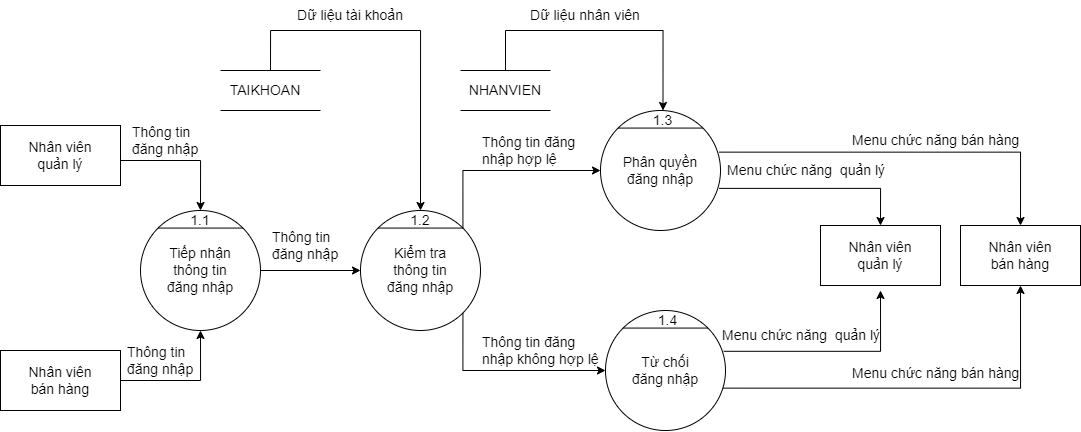
hungtadasuke/CoffeShop_SoftwareTechnology keeps this draw.io diagram as BFD&DFD/BFD&DFD mức 0, 1, 2, 3/DFD_1_SignIn_Version_Final.png. Above is the earlier version. Source tidied: cells renumbered, new cells last; positions are measured from the earlier drawing's top-left corner, leaving out a move shared by most shapes. Its diagram source:
```xml
<mxGraphModel>
  <root>
    <mxCell id="0" />
    <mxCell id="1" parent="0" />
    <mxCell id="2" style="ellipse;whiteSpace=wrap;html=1;" parent="1" vertex="1">
      <mxGeometry x="140" y="210" width="120" height="120" as="geometry" />
    </mxCell>
    <mxCell id="3" style="endArrow=none;html=1;rounded=0;exitX=0;exitY=0;exitDx=0;exitDy=0;entryX=1;entryY=0;entryDx=0;entryDy=0;" parent="1" edge="1" source="2" target="2">
      <mxGeometry relative="1" as="geometry" />
    </mxCell>
    <mxCell id="4" value="&lt;font style=&quot;font-size: 14px&quot;&gt;Tiếp nhận thông tin đăng nhập&lt;/font&gt;" style="text;html=1;strokeColor=none;fillColor=none;align=center;verticalAlign=middle;whiteSpace=wrap;rounded=0;" parent="1" vertex="1">
      <mxGeometry x="160" y="255" width="80" height="30" as="geometry" />
    </mxCell>
    <mxCell id="5" value="1.1" style="text;html=1;strokeColor=none;fillColor=none;align=center;verticalAlign=middle;whiteSpace=wrap;rounded=0;fontSize=14;" parent="1" vertex="1">
      <mxGeometry x="185" y="210" width="30" height="20" as="geometry" />
    </mxCell>
    <mxCell id="6" style="rounded=0;whiteSpace=wrap;html=1;" parent="1" vertex="1">
      <mxGeometry y="125" width="120" height="60" as="geometry" />
    </mxCell>
    <mxCell id="7" style="ellipse;whiteSpace=wrap;html=1;" parent="1" vertex="1">
      <mxGeometry x="360" y="210" width="120" height="120" as="geometry" />
    </mxCell>
    <mxCell id="8" style="endArrow=none;html=1;rounded=0;exitX=0;exitY=0;exitDx=0;exitDy=0;entryX=1;entryY=0;entryDx=0;entryDy=0;" parent="1" edge="1" source="7" target="7">
      <mxGeometry relative="1" as="geometry" />
    </mxCell>
    <mxCell id="9" value="&lt;span style=&quot;font-size: 14px&quot;&gt;Kiểm tra thông tin đăng nhập&lt;/span&gt;" style="text;html=1;strokeColor=none;fillColor=none;align=center;verticalAlign=middle;whiteSpace=wrap;rounded=0;" parent="1" vertex="1">
      <mxGeometry x="380" y="255" width="80" height="30" as="geometry" />
    </mxCell>
    <mxCell id="10" value="1.2" style="text;html=1;strokeColor=none;fillColor=none;align=center;verticalAlign=middle;whiteSpace=wrap;rounded=0;fontSize=14;" parent="1" vertex="1">
      <mxGeometry x="405" y="210" width="30" height="20" as="geometry" />
    </mxCell>
    <mxCell id="11" style="ellipse;whiteSpace=wrap;html=1;" parent="1" vertex="1">
      <mxGeometry x="600" y="110" width="120" height="120" as="geometry" />
    </mxCell>
    <mxCell id="12" style="endArrow=none;html=1;rounded=0;exitX=0;exitY=0;exitDx=0;exitDy=0;entryX=1;entryY=0;entryDx=0;entryDy=0;" parent="1" edge="1" source="11" target="11">
      <mxGeometry relative="1" as="geometry" />
    </mxCell>
    <mxCell id="13" value="&lt;span style=&quot;font-size: 14px&quot;&gt;Phân quyền đăng nhập&lt;/span&gt;" style="text;html=1;strokeColor=none;fillColor=none;align=center;verticalAlign=middle;whiteSpace=wrap;rounded=0;" parent="1" vertex="1">
      <mxGeometry x="620" y="155" width="80" height="30" as="geometry" />
    </mxCell>
    <mxCell id="14" value="1.3" style="text;html=1;strokeColor=none;fillColor=none;align=center;verticalAlign=middle;whiteSpace=wrap;rounded=0;fontSize=14;" parent="1" vertex="1">
      <mxGeometry x="645" y="110" width="35" height="20" as="geometry" />
    </mxCell>
    <mxCell id="15" style="rounded=0;whiteSpace=wrap;html=1;" parent="1" vertex="1">
      <mxGeometry y="350" width="120" height="60" as="geometry" />
    </mxCell>
    <mxCell id="16" value="Nhân viên quản lý" style="text;html=1;strokeColor=none;fillColor=none;align=center;verticalAlign=middle;whiteSpace=wrap;rounded=0;fontSize=14;" parent="1" vertex="1">
      <mxGeometry x="15" y="140" width="90" height="30" as="geometry" />
    </mxCell>
    <mxCell id="17" value="Nhân viên bán hàng" style="text;html=1;strokeColor=none;fillColor=none;align=center;verticalAlign=middle;whiteSpace=wrap;rounded=0;fontSize=14;" parent="1" vertex="1">
      <mxGeometry x="15" y="365" width="90" height="30" as="geometry" />
    </mxCell>
    <mxCell id="18" style="rounded=0;whiteSpace=wrap;html=1;" parent="1" vertex="1">
      <mxGeometry x="820" y="225" width="120" height="60" as="geometry" />
    </mxCell>
    <mxCell id="19" value="Nhân viên quản lý" style="text;html=1;strokeColor=none;fillColor=none;align=center;verticalAlign=middle;whiteSpace=wrap;rounded=0;fontSize=14;" parent="1" vertex="1">
      <mxGeometry x="835" y="240" width="90" height="30" as="geometry" />
    </mxCell>
    <mxCell id="20" style="rounded=0;whiteSpace=wrap;html=1;" parent="1" vertex="1">
      <mxGeometry x="960" y="225" width="120" height="60" as="geometry" />
    </mxCell>
    <mxCell id="21" value="Nhân viên bán hàng" style="text;html=1;strokeColor=none;fillColor=none;align=center;verticalAlign=middle;whiteSpace=wrap;rounded=0;fontSize=14;" parent="1" vertex="1">
      <mxGeometry x="975" y="240" width="90" height="30" as="geometry" />
    </mxCell>
    <mxCell id="22" style="edgeStyle=segmentEdgeStyle;endArrow=classic;html=1;rounded=0;fontSize=14;exitX=1;exitY=0.5;exitDx=0;exitDy=0;" parent="1" edge="1" source="6">
      <mxGeometry relative="1" as="geometry">
        <mxPoint x="200" y="210" as="targetPoint" />
        <Array as="points">
          <mxPoint x="200" y="160" />
        </Array>
      </mxGeometry>
    </mxCell>
    <mxCell id="23" style="edgeStyle=segmentEdgeStyle;endArrow=classic;html=1;rounded=0;fontSize=14;exitX=1;exitY=0.5;exitDx=0;exitDy=0;entryX=0.5;entryY=1;entryDx=0;entryDy=0;" parent="1" edge="1" source="15" target="2">
      <mxGeometry relative="1" as="geometry">
        <Array as="points">
          <mxPoint x="200" y="380" />
        </Array>
      </mxGeometry>
    </mxCell>
    <mxCell id="24" style="endArrow=classic;html=1;rounded=0;fontSize=14;exitX=1;exitY=0.5;exitDx=0;exitDy=0;" parent="1" edge="1" source="2">
      <mxGeometry relative="1" as="geometry">
        <mxPoint x="360" y="270" as="targetPoint" />
      </mxGeometry>
    </mxCell>
    <mxCell id="25" style="shape=partialRectangle;whiteSpace=wrap;html=1;left=0;right=0;fillColor=none;fontSize=14;" parent="1" vertex="1">
      <mxGeometry x="220" y="70" width="100" height="40" as="geometry" />
    </mxCell>
    <mxCell id="26" value="TAIKHOAN" style="text;html=1;strokeColor=none;fillColor=none;align=center;verticalAlign=middle;whiteSpace=wrap;rounded=0;fontSize=14;" parent="1" vertex="1">
      <mxGeometry x="190" y="80" width="150" height="20" as="geometry" />
    </mxCell>
    <mxCell id="27" style="edgeStyle=segmentEdgeStyle;endArrow=classic;html=1;rounded=0;fontSize=14;entryX=0.5;entryY=0;entryDx=0;entryDy=0;exitX=0.5;exitY=0;exitDx=0;exitDy=0;" parent="1" edge="1" source="25" target="10">
      <mxGeometry relative="1" as="geometry">
        <Array as="points">
          <mxPoint x="270" y="30" />
          <mxPoint x="420" y="30" />
        </Array>
      </mxGeometry>
    </mxCell>
    <mxCell id="28" style="ellipse;whiteSpace=wrap;html=1;" parent="1" vertex="1">
      <mxGeometry x="605" y="310" width="120" height="120" as="geometry" />
    </mxCell>
    <mxCell id="29" style="endArrow=none;html=1;rounded=0;exitX=0;exitY=0;exitDx=0;exitDy=0;entryX=1;entryY=0;entryDx=0;entryDy=0;" parent="1" edge="1" source="28" target="28">
      <mxGeometry relative="1" as="geometry" />
    </mxCell>
    <mxCell id="30" value="&lt;span style=&quot;font-size: 14px&quot;&gt;Từ chối đăng nhập&lt;/span&gt;" style="text;html=1;strokeColor=none;fillColor=none;align=center;verticalAlign=middle;whiteSpace=wrap;rounded=0;" parent="1" vertex="1">
      <mxGeometry x="625" y="355" width="80" height="30" as="geometry" />
    </mxCell>
    <mxCell id="31" value="1.4" style="text;html=1;strokeColor=none;fillColor=none;align=center;verticalAlign=middle;whiteSpace=wrap;rounded=0;fontSize=14;" parent="1" vertex="1">
      <mxGeometry x="650" y="310" width="35" height="20" as="geometry" />
    </mxCell>
    <mxCell id="32" style="shape=partialRectangle;whiteSpace=wrap;html=1;left=0;right=0;fillColor=none;fontSize=14;" parent="1" vertex="1">
      <mxGeometry x="460" y="70" width="90" height="40" as="geometry" />
    </mxCell>
    <mxCell id="33" value="NHANVIEN" style="text;html=1;strokeColor=none;fillColor=none;align=center;verticalAlign=middle;whiteSpace=wrap;rounded=0;fontSize=14;" parent="1" vertex="1">
      <mxGeometry x="460" y="75" width="90" height="30" as="geometry" />
    </mxCell>
    <mxCell id="34" style="edgeStyle=segmentEdgeStyle;endArrow=classic;html=1;rounded=0;fontSize=14;exitX=0.5;exitY=0;exitDx=0;exitDy=0;entryX=0.5;entryY=0;entryDx=0;entryDy=0;" parent="1" edge="1" source="32" target="14">
      <mxGeometry relative="1" as="geometry">
        <Array as="points">
          <mxPoint x="505" y="30" />
          <mxPoint x="663" y="30" />
        </Array>
      </mxGeometry>
    </mxCell>
    <mxCell id="35" style="edgeStyle=segmentEdgeStyle;endArrow=classic;html=1;rounded=0;exitX=1;exitY=0;exitDx=0;exitDy=0;entryX=0;entryY=0.5;entryDx=0;entryDy=0;" parent="1" edge="1" source="7" target="11">
      <mxGeometry relative="1" as="geometry">
        <Array as="points">
          <mxPoint x="462" y="170" />
        </Array>
      </mxGeometry>
    </mxCell>
    <mxCell id="36" style="edgeStyle=segmentEdgeStyle;endArrow=classic;html=1;rounded=0;exitX=1;exitY=1;exitDx=0;exitDy=0;entryX=0;entryY=0.5;entryDx=0;entryDy=0;" parent="1" edge="1" source="7" target="28">
      <mxGeometry relative="1" as="geometry">
        <Array as="points">
          <mxPoint x="462" y="370" />
        </Array>
      </mxGeometry>
    </mxCell>
    <mxCell id="37" style="edgeStyle=segmentEdgeStyle;endArrow=classic;html=1;rounded=0;exitX=0.989;exitY=0.649;exitDx=0;exitDy=0;entryX=0.5;entryY=0;entryDx=0;entryDy=0;exitPerimeter=0;" parent="1" edge="1" source="11" target="18">
      <mxGeometry relative="1" as="geometry" />
    </mxCell>
    <mxCell id="38" style="edgeStyle=segmentEdgeStyle;endArrow=classic;html=1;rounded=0;entryX=0.5;entryY=0;entryDx=0;entryDy=0;exitX=0.987;exitY=0.347;exitDx=0;exitDy=0;exitPerimeter=0;" parent="1" edge="1" source="11" target="20">
      <mxGeometry relative="1" as="geometry" />
    </mxCell>
    <mxCell id="39" style="edgeStyle=segmentEdgeStyle;endArrow=classic;html=1;rounded=0;exitX=0.978;exitY=0.647;exitDx=0;exitDy=0;exitPerimeter=0;entryX=0.5;entryY=1;entryDx=0;entryDy=0;" parent="1" edge="1" source="28" target="20">
      <mxGeometry relative="1" as="geometry" />
    </mxCell>
    <mxCell id="40" style="edgeStyle=segmentEdgeStyle;endArrow=classic;html=1;rounded=0;exitX=0.985;exitY=0.34;exitDx=0;exitDy=0;exitPerimeter=0;" parent="1" edge="1" source="28">
      <mxGeometry relative="1" as="geometry">
        <mxPoint x="880" y="290" as="targetPoint" />
      </mxGeometry>
    </mxCell>
    <mxCell id="41" value="&lt;font style=&quot;font-size: 14px&quot;&gt;Thông tin đăng nhập&lt;/font&gt;" style="text;html=1;strokeColor=none;fillColor=none;align=left;verticalAlign=middle;whiteSpace=wrap;rounded=0;" parent="1" vertex="1">
      <mxGeometry x="130" y="125" width="90" height="30" as="geometry" />
    </mxCell>
    <mxCell id="42" value="&lt;font style=&quot;font-size: 14px&quot;&gt;Thông tin đăng nhập&lt;/font&gt;" style="text;html=1;strokeColor=none;fillColor=none;align=left;verticalAlign=middle;whiteSpace=wrap;rounded=0;" parent="1" vertex="1">
      <mxGeometry x="125" y="345" width="90" height="30" as="geometry" />
    </mxCell>
    <mxCell id="43" value="&lt;font style=&quot;font-size: 14px&quot;&gt;Thông tin đăng nhập&lt;/font&gt;" style="text;html=1;strokeColor=none;fillColor=none;align=left;verticalAlign=middle;whiteSpace=wrap;rounded=0;" parent="1" vertex="1">
      <mxGeometry x="270" y="230" width="90" height="30" as="geometry" />
    </mxCell>
    <mxCell id="44" value="&lt;font style=&quot;font-size: 14px&quot;&gt;Dữ liệu tài khoản&lt;/font&gt;" style="text;html=1;strokeColor=none;fillColor=none;align=center;verticalAlign=middle;whiteSpace=wrap;rounded=0;" parent="1" vertex="1">
      <mxGeometry x="290" width="120" height="30" as="geometry" />
    </mxCell>
    <mxCell id="45" value="&lt;font style=&quot;font-size: 14px&quot;&gt;Dữ liệu nhân viên&lt;/font&gt;" style="text;html=1;strokeColor=none;fillColor=none;align=center;verticalAlign=middle;whiteSpace=wrap;rounded=0;" parent="1" vertex="1">
      <mxGeometry x="520" width="130" height="30" as="geometry" />
    </mxCell>
    <mxCell id="46" value="&lt;font style=&quot;font-size: 14px&quot;&gt;Thông tin đăng nhập hợp lệ&lt;/font&gt;" style="text;html=1;strokeColor=none;fillColor=none;align=left;verticalAlign=middle;whiteSpace=wrap;rounded=0;" parent="1" vertex="1">
      <mxGeometry x="480" y="135" width="110" height="30" as="geometry" />
    </mxCell>
    <mxCell id="47" value="&lt;font style=&quot;font-size: 14px&quot;&gt;Thông tin đăng nhập không hợp lệ&lt;/font&gt;" style="text;html=1;strokeColor=none;fillColor=none;align=left;verticalAlign=middle;whiteSpace=wrap;rounded=0;" parent="1" vertex="1">
      <mxGeometry x="480" y="335" width="120" height="30" as="geometry" />
    </mxCell>
    <mxCell id="48" style="edgeStyle=orthogonalEdgeStyle;rounded=0;orthogonalLoop=1;jettySize=auto;html=1;exitX=0.5;exitY=1;exitDx=0;exitDy=0;fontSize=14;" parent="1" edge="1" source="46" target="46">
      <mxGeometry relative="1" as="geometry" />
    </mxCell>
    <mxCell id="49" value="&lt;span style=&quot;font-size: 14px&quot;&gt;Menu chức năng bán hàng&lt;/span&gt;" style="text;html=1;strokeColor=none;fillColor=none;align=left;verticalAlign=middle;whiteSpace=wrap;rounded=0;" parent="1" vertex="1">
      <mxGeometry x="850" y="125" width="170" height="30" as="geometry" />
    </mxCell>
    <mxCell id="50" value="&lt;span style=&quot;font-size: 14px&quot;&gt;Menu chức năng&amp;nbsp; quản lý&lt;br&gt;&lt;/span&gt;" style="text;html=1;strokeColor=none;fillColor=none;align=left;verticalAlign=middle;whiteSpace=wrap;rounded=0;" parent="1" vertex="1">
      <mxGeometry x="725" y="155" width="170" height="30" as="geometry" />
    </mxCell>
    <mxCell id="51" value="&lt;span style=&quot;font-size: 14px&quot;&gt;Menu chức năng&amp;nbsp; quản lý&lt;br&gt;&lt;/span&gt;" style="text;html=1;strokeColor=none;fillColor=none;align=left;verticalAlign=middle;whiteSpace=wrap;rounded=0;" parent="1" vertex="1">
      <mxGeometry x="720" y="320" width="170" height="30" as="geometry" />
    </mxCell>
    <mxCell id="52" value="&lt;span style=&quot;font-size: 14px&quot;&gt;Menu chức năng bán hàng&lt;/span&gt;" style="text;html=1;strokeColor=none;fillColor=none;align=left;verticalAlign=middle;whiteSpace=wrap;rounded=0;" parent="1" vertex="1">
      <mxGeometry x="850" y="360" width="170" height="25" as="geometry" />
    </mxCell>
  </root>
</mxGraphModel>
```
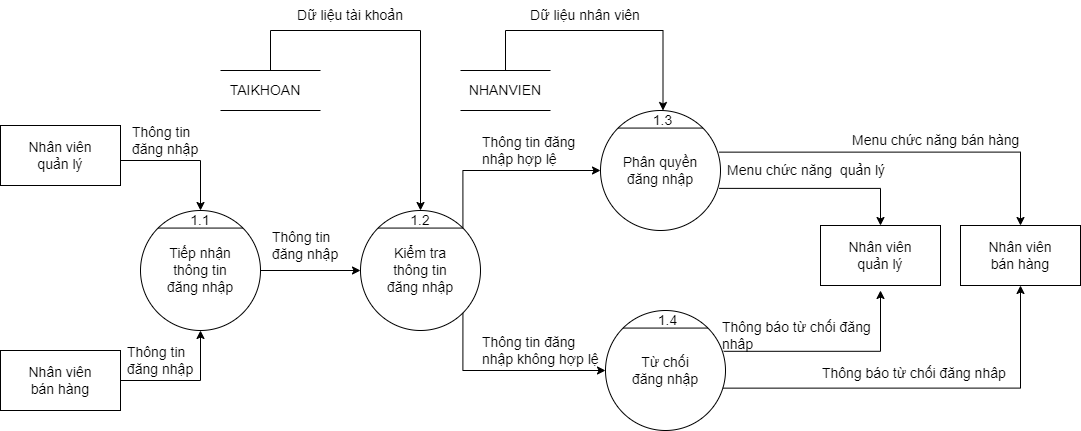
The same diagram one commit later.

What changed in the source:
```diff
@@ -180,11 +180,11 @@
     <mxCell id="50" value="&lt;span style=&quot;font-size: 14px&quot;&gt;Menu chức năng&amp;nbsp; quản lý&lt;br&gt;&lt;/span&gt;" style="text;html=1;strokeColor=none;fillColor=none;align=left;verticalAlign=middle;whiteSpace=wrap;rounded=0;" parent="1" vertex="1">
       <mxGeometry x="725" y="155" width="170" height="30" as="geometry" />
     </mxCell>
-    <mxCell id="51" value="&lt;span style=&quot;font-size: 14px&quot;&gt;Menu chức năng&amp;nbsp; quản lý&lt;br&gt;&lt;/span&gt;" style="text;html=1;strokeColor=none;fillColor=none;align=left;verticalAlign=middle;whiteSpace=wrap;rounded=0;" parent="1" vertex="1">
-      <mxGeometry x="720" y="320" width="170" height="30" as="geometry" />
+    <mxCell id="51" value="&lt;span style=&quot;font-size: 14px&quot;&gt;Thông báo từ chối đăng nhâp&lt;br&gt;&lt;/span&gt;" style="text;html=1;strokeColor=none;fillColor=none;align=left;verticalAlign=middle;whiteSpace=wrap;rounded=0;" parent="1" vertex="1">
+      <mxGeometry x="720" y="320" width="160" height="30" as="geometry" />
     </mxCell>
-    <mxCell id="52" value="&lt;span style=&quot;font-size: 14px&quot;&gt;Menu chức năng bán hàng&lt;/span&gt;" style="text;html=1;strokeColor=none;fillColor=none;align=left;verticalAlign=middle;whiteSpace=wrap;rounded=0;" parent="1" vertex="1">
-      <mxGeometry x="850" y="360" width="170" height="25" as="geometry" />
+    <mxCell id="52" value="&lt;span style=&quot;font-size: 14px&quot;&gt;Thông báo từ chối đăng nhâp&lt;/span&gt;" style="text;html=1;strokeColor=none;fillColor=none;align=left;verticalAlign=middle;whiteSpace=wrap;rounded=0;" parent="1" vertex="1">
+      <mxGeometry x="820" y="360" width="200" height="25" as="geometry" />
     </mxCell>
   </root>
 </mxGraphModel>
```
